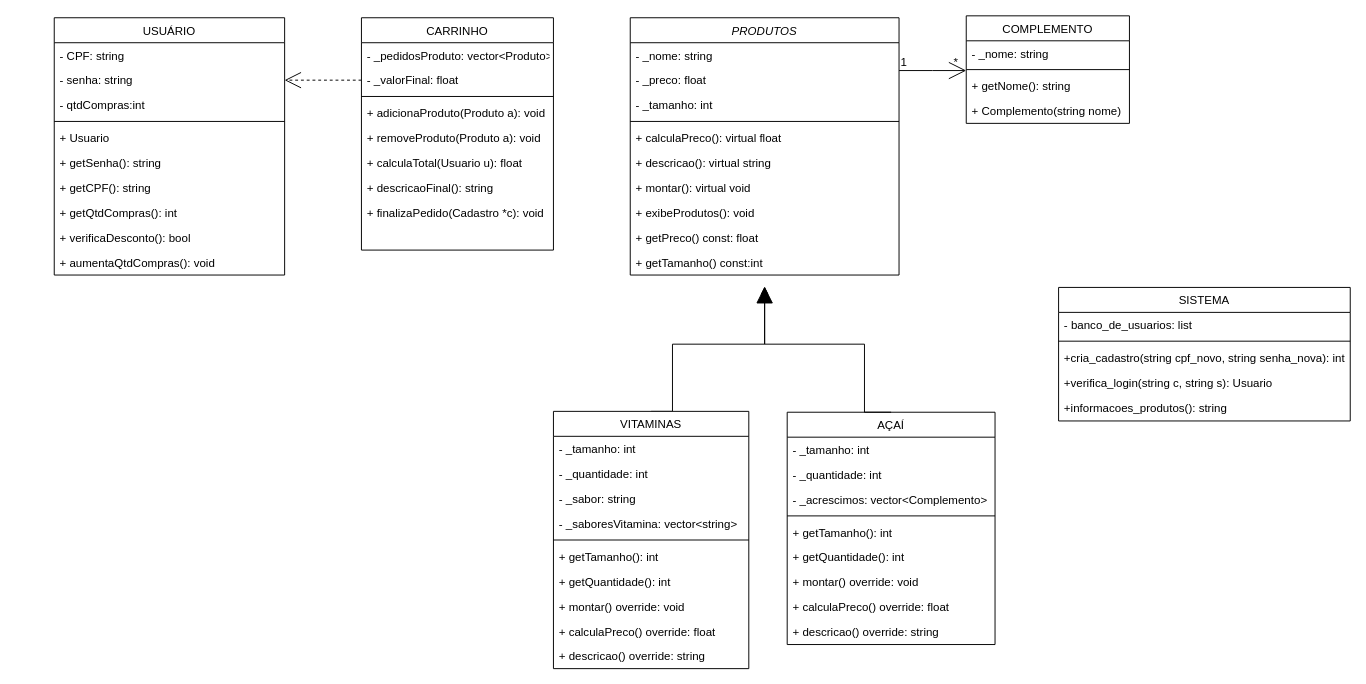
Earlier version of the draw.io diagram DiagramaDeClasses.drawio (leticiaacs/TPFinal). Source tidied: cells renumbered, new cells numbered last; positions are measured from the earlier drawing's top-left corner, leaving out a move shared by most shapes. Both pictures are drawn from the tidied source at 96%, with x=0, y=0 at pixel (54, 15).
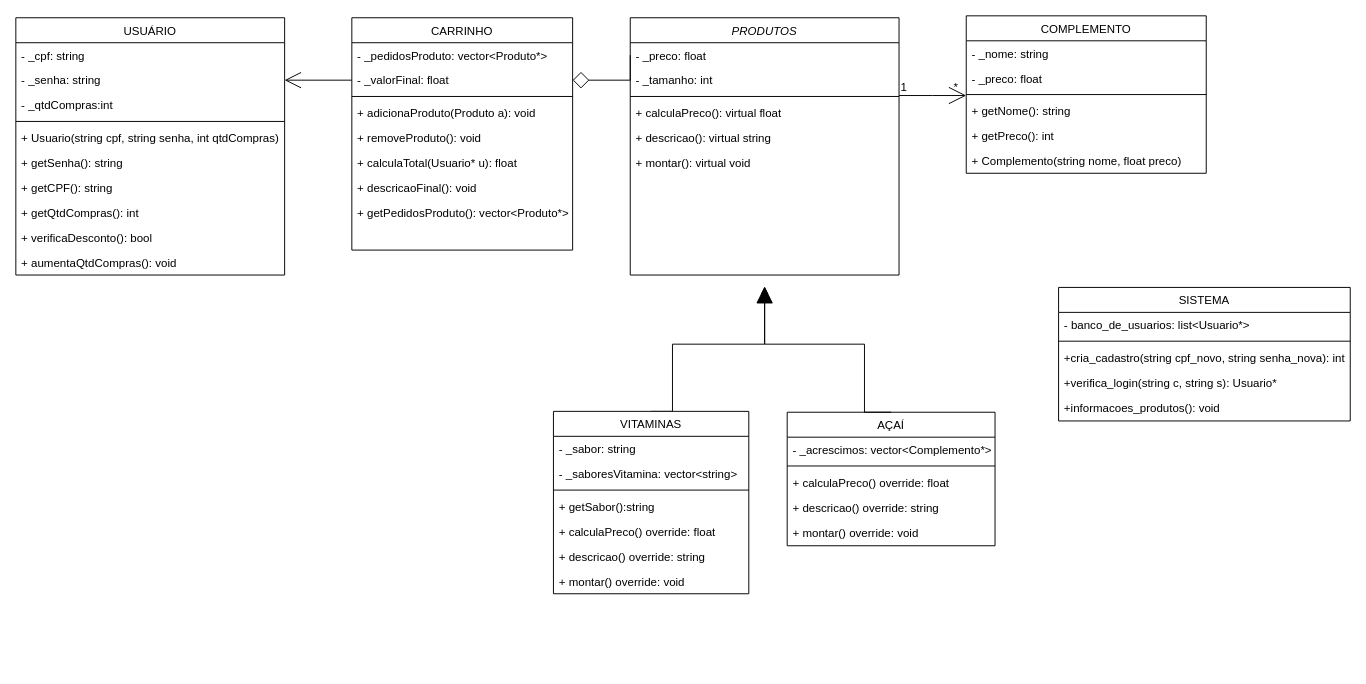
Above is the later version.

Unchanged cells that the change refers to:
```xml
<mxCell id="2" value="PRODUTOS" style="swimlane;fontStyle=2;align=center;verticalAlign=top;horizontal=1;startSize=26;rounded=0;shadow=0;strokeWidth=1;" parent="1" vertex="1">
  <mxGeometry x="600" y="2" width="280" height="268" as="geometry" />
</mxCell>
<mxCell id="64" value="SISTEMA" style="swimlane;fontStyle=0;align=center;verticalAlign=top;horizontal=1;startSize=26;rounded=0;shadow=0;strokeWidth=1;" parent="1" vertex="1">
  <mxGeometry x="1046.2" y="282.9" width="303.8" height="139.1" as="geometry" />
</mxCell>
```

The edit, as a diff of the source:
```diff
@@
-    <mxCell id="3" value="- _nome: string" style="text;align=left;verticalAlign=top;spacingLeft=4;spacingRight=4;overflow=hidden;rounded=0;shadow=0;html=0;" parent="2" vertex="1">
-      <mxGeometry y="26" width="280" height="26" as="geometry" />
-    </mxCell>
     <mxCell id="4" value="- _preco: float" style="text;align=left;verticalAlign=top;spacingLeft=4;spacingRight=4;overflow=hidden;points=[[0,0.5],[1,0.5]];portConstraint=eastwest;rounded=0;shadow=0;html=0;" parent="2" vertex="1">
-      <mxGeometry y="52" width="280" height="26" as="geometry" />
+      <mxGeometry y="26" width="280" height="26" as="geometry" />
     </mxCell>
     <mxCell id="5" value="- _tamanho: int" style="text;align=left;verticalAlign=top;spacingLeft=4;spacingRight=4;overflow=hidden;rounded=0;shadow=0;html=0;" parent="2" vertex="1">
-      <mxGeometry y="78" width="280" height="26" as="geometry" />
+      <mxGeometry y="52" width="280" height="26" as="geometry" />
     </mxCell>
     <mxCell id="6" style="line;html=1;strokeWidth=1;align=left;verticalAlign=middle;spacingTop=-1;spacingLeft=3;spacingRight=3;labelPosition=right;" parent="2" vertex="1">
-      <mxGeometry y="104" width="280" height="8" as="geometry" />
+      <mxGeometry y="78" width="280" height="8" as="geometry" />
     </mxCell>
     <mxCell id="7" value="+ calculaPreco(): virtual float" style="text;align=left;verticalAlign=top;spacingLeft=4;spacingRight=4;overflow=hidden;" parent="2" vertex="1">
-      <mxGeometry y="112" width="280" height="26" as="geometry" />
+      <mxGeometry y="86" width="280" height="26" as="geometry" />
     </mxCell>
     <mxCell id="8" value="+ descricao(): virtual string" style="text;align=left;verticalAlign=top;spacingLeft=4;spacingRight=4;overflow=hidden;" parent="2" vertex="1">
-      <mxGeometry y="138" width="280" height="26" as="geometry" />
+      <mxGeometry y="112" width="280" height="26" as="geometry" />
     </mxCell>
     <mxCell id="9" value="+ montar(): virtual void" style="text;align=left;verticalAlign=top;spacingLeft=4;spacingRight=4;overflow=hidden;" parent="2" vertex="1">
-      <mxGeometry y="164" width="280" height="26" as="geometry" />
+      <mxGeometry y="138" width="280" height="26" as="geometry" />
     </mxCell>
-    <mxCell id="10" value="+ exibeProdutos(): void" style="text;align=left;verticalAlign=top;spacingLeft=4;spacingRight=4;overflow=hidden;" parent="2" vertex="1">
-      <mxGeometry y="190" width="280" height="26" as="geometry" />
-    </mxCell>
-    <mxCell id="11" value="+ getPreco() const: float" style="text;align=left;verticalAlign=top;spacingLeft=4;spacingRight=4;overflow=hidden;" parent="2" vertex="1">
-      <mxGeometry y="216" width="280" height="26" as="geometry" />
-    </mxCell>
-    <mxCell id="12" value="+ getTamanho() const:int" style="text;align=left;verticalAlign=top;spacingLeft=4;spacingRight=4;overflow=hidden;" parent="2" vertex="1">
-      <mxGeometry y="242" width="280" height="26" as="geometry" />
-    </mxCell>
     <mxCell id="13" value="COMPLEMENTO" style="swimlane;fontStyle=0;align=center;verticalAlign=top;horizontal=1;startSize=26;rounded=0;shadow=0;strokeWidth=1;" parent="1" vertex="1">
-      <mxGeometry x="950" width="170" height="112" as="geometry" />
+      <mxGeometry x="950" width="250" height="164" as="geometry" />
     </mxCell>
     <mxCell id="14" value="- _nome: string" style="text;align=left;verticalAlign=top;spacingLeft=4;spacingRight=4;overflow=hidden;" parent="13" vertex="1">
-      <mxGeometry y="26" width="170" height="26" as="geometry" />
+      <mxGeometry y="26" width="250" height="26" as="geometry" />
     </mxCell>
+    <mxCell id="71" value="- _preco: float" style="text;align=left;verticalAlign=top;spacingLeft=4;spacingRight=4;overflow=hidden;" parent="13" vertex="1">
+      <mxGeometry y="52" width="250" height="26" as="geometry" />
+    </mxCell>
     <mxCell id="15" style="line;html=1;strokeWidth=1;align=left;verticalAlign=middle;spacingTop=-1;spacingLeft=3;spacingRight=3;labelPosition=right;" parent="13" vertex="1">
-      <mxGeometry y="52" width="170" height="8" as="geometry" />
+      <mxGeometry y="78" width="250" height="8" as="geometry" />
     </mxCell>
     <mxCell id="16" value="+ getNome(): string" style="text;align=left;verticalAlign=top;spacingLeft=4;spacingRight=4;overflow=hidden;" parent="13" vertex="1">
-      <mxGeometry y="60" width="170" height="26" as="geometry" />
+      <mxGeometry y="86" width="250" height="26" as="geometry" />
     </mxCell>
+    <mxCell id="72" value="+ getPreco(): int" style="text;align=left;verticalAlign=top;spacingLeft=4;spacingRight=4;overflow=hidden;" parent="13" vertex="1">
+      <mxGeometry y="112" width="250" height="26" as="geometry" />
+    </mxCell>
-    <mxCell id="17" value="+ Complemento(string nome)" style="text;align=left;verticalAlign=top;spacingLeft=4;spacingRight=4;overflow=hidden;" parent="13" vertex="1">
-      <mxGeometry y="86" width="170" height="26" as="geometry" />
+    <mxCell id="17" value="+ Complemento(string nome, float preco)" style="text;align=left;verticalAlign=top;spacingLeft=4;spacingRight=4;overflow=hidden;" parent="13" vertex="1">
+      <mxGeometry y="138" width="250" height="26" as="geometry" />
     </mxCell>
@@
     <mxCell id="21" value="USUÁRIO" style="swimlane;fontStyle=0;align=center;verticalAlign=top;horizontal=1;startSize=26;rounded=0;shadow=0;strokeWidth=1;" parent="1" vertex="1">
-      <mxGeometry y="2" width="240" height="268" as="geometry" />
+      <mxGeometry x="-40" y="2" width="280" height="268" as="geometry" />
     </mxCell>
-    <mxCell id="22" value="- CPF: string" style="text;align=left;verticalAlign=top;spacingLeft=4;spacingRight=4;overflow=hidden;" parent="21" vertex="1">
-      <mxGeometry y="26" width="240" height="26" as="geometry" />
+    <mxCell id="22" value="- _cpf: string" style="text;align=left;verticalAlign=top;spacingLeft=4;spacingRight=4;overflow=hidden;" parent="21" vertex="1">
+      <mxGeometry y="26" width="280" height="26" as="geometry" />
     </mxCell>
-    <mxCell id="23" value="- senha: string" style="text;align=left;verticalAlign=top;spacingLeft=4;spacingRight=4;overflow=hidden;points=[[0,0.5],[1,0.5]];portConstraint=eastwest;rounded=0;shadow=0;html=0;" parent="21" vertex="1">
-      <mxGeometry y="52" width="240" height="26" as="geometry" />
+    <mxCell id="23" value="- _senha: string" style="text;align=left;verticalAlign=top;spacingLeft=4;spacingRight=4;overflow=hidden;points=[[0,0.5],[1,0.5]];portConstraint=eastwest;rounded=0;shadow=0;html=0;" parent="21" vertex="1">
+      <mxGeometry y="52" width="280" height="26" as="geometry" />
     </mxCell>
-    <mxCell id="24" value="- qtdCompras:int" style="text;align=left;verticalAlign=top;spacingLeft=4;spacingRight=4;overflow=hidden;rounded=0;shadow=0;html=0;" parent="21" vertex="1">
-      <mxGeometry y="78" width="240" height="26" as="geometry" />
+    <mxCell id="24" value="- _qtdCompras:int" style="text;align=left;verticalAlign=top;spacingLeft=4;spacingRight=4;overflow=hidden;rounded=0;shadow=0;html=0;" parent="21" vertex="1">
+      <mxGeometry y="78" width="280" height="26" as="geometry" />
     </mxCell>
     <mxCell id="25" style="line;html=1;strokeWidth=1;align=left;verticalAlign=middle;spacingTop=-1;spacingLeft=3;spacingRight=3;labelPosition=right;" parent="21" vertex="1">
-      <mxGeometry y="104" width="240" height="8" as="geometry" />
+      <mxGeometry y="104" width="280" height="8" as="geometry" />
     </mxCell>
-    <mxCell id="26" value="+ Usuario" style="text;align=left;verticalAlign=top;spacingLeft=4;spacingRight=4;overflow=hidden;" parent="21" vertex="1">
-      <mxGeometry y="112" width="240" height="26" as="geometry" />
+    <mxCell id="26" value="+ Usuario(string cpf, string senha, int qtdCompras)" style="text;align=left;verticalAlign=top;spacingLeft=4;spacingRight=4;overflow=hidden;" parent="21" vertex="1">
+      <mxGeometry y="112" width="280" height="26" as="geometry" />
     </mxCell>
     <mxCell id="27" value="+ getSenha(): string" style="text;align=left;verticalAlign=top;spacingLeft=4;spacingRight=4;overflow=hidden;rounded=0;shadow=0;html=0;" parent="21" vertex="1">
-      <mxGeometry y="138" width="240" height="26" as="geometry" />
+      <mxGeometry y="138" width="280" height="26" as="geometry" />
     </mxCell>
     <mxCell id="28" value="+ getCPF(): string" style="text;align=left;verticalAlign=top;spacingLeft=4;spacingRight=4;overflow=hidden;rounded=0;shadow=0;html=0;" parent="21" vertex="1">
-      <mxGeometry y="164" width="240" height="26" as="geometry" />
+      <mxGeometry y="164" width="280" height="26" as="geometry" />
     </mxCell>
     <mxCell id="29" value="+ getQtdCompras(): int" style="text;align=left;verticalAlign=top;spacingLeft=4;spacingRight=4;overflow=hidden;rounded=0;shadow=0;html=0;" parent="21" vertex="1">
-      <mxGeometry y="190" width="240" height="26" as="geometry" />
+      <mxGeometry y="190" width="280" height="26" as="geometry" />
     </mxCell>
     <mxCell id="30" value="+ verificaDesconto(): bool&#10;" style="text;align=left;verticalAlign=top;spacingLeft=4;spacingRight=4;overflow=hidden;rounded=0;shadow=0;html=0;" parent="21" vertex="1">
-      <mxGeometry y="216" width="240" height="26" as="geometry" />
+      <mxGeometry y="216" width="280" height="26" as="geometry" />
     </mxCell>
     <mxCell id="31" value="+ aumentaQtdCompras(): void&#10;" style="text;align=left;verticalAlign=top;spacingLeft=4;spacingRight=4;overflow=hidden;rounded=0;shadow=0;html=0;" parent="21" vertex="1">
-      <mxGeometry y="242" width="240" height="26" as="geometry" />
+      <mxGeometry y="242" width="280" height="26" as="geometry" />
     </mxCell>
     <mxCell id="32" value="CARRINHO" style="swimlane;fontStyle=0;align=center;verticalAlign=top;horizontal=1;startSize=26;rounded=0;shadow=0;strokeWidth=1;" parent="1" vertex="1">
-      <mxGeometry x="320" y="2" width="200" height="242" as="geometry" />
+      <mxGeometry x="310" y="2" width="230" height="242" as="geometry" />
     </mxCell>
-    <mxCell id="33" value="- _pedidosProduto: vector&lt;Produto&gt;" style="text;align=left;verticalAlign=top;spacingLeft=4;spacingRight=4;overflow=hidden;" parent="32" vertex="1">
-      <mxGeometry y="26" width="200" height="26" as="geometry" />
+    <mxCell id="33" value="- _pedidosProduto: vector&lt;Produto*&gt;" style="text;align=left;verticalAlign=top;spacingLeft=4;spacingRight=4;overflow=hidden;" parent="32" vertex="1">
+      <mxGeometry y="26" width="230" height="26" as="geometry" />
     </mxCell>
     <mxCell id="34" value="- _valorFinal: float" style="text;align=left;verticalAlign=top;spacingLeft=4;spacingRight=4;overflow=hidden;points=[[0,0.5],[1,0.5]];portConstraint=eastwest;" parent="32" vertex="1">
-      <mxGeometry y="52" width="200" height="26" as="geometry" />
+      <mxGeometry y="52" width="230" height="26" as="geometry" />
     </mxCell>
     <mxCell id="35" style="line;html=1;strokeWidth=1;align=left;verticalAlign=middle;spacingTop=-1;spacingLeft=3;spacingRight=3;labelPosition=right;" parent="32" vertex="1">
-      <mxGeometry y="78" width="200" height="8" as="geometry" />
+      <mxGeometry y="78" width="230" height="8" as="geometry" />
     </mxCell>
     <mxCell id="36" value="+ adicionaProduto(Produto a): void" style="text;align=left;verticalAlign=top;spacingLeft=4;spacingRight=4;overflow=hidden;" parent="32" vertex="1">
-      <mxGeometry y="86" width="200" height="26" as="geometry" />
+      <mxGeometry y="86" width="230" height="26" as="geometry" />
     </mxCell>
-    <mxCell id="37" value="+ removeProduto(Produto a): void" style="text;align=left;verticalAlign=top;spacingLeft=4;spacingRight=4;overflow=hidden;" parent="32" vertex="1">
-      <mxGeometry y="112" width="200" height="26" as="geometry" />
+    <mxCell id="37" value="+ removeProduto(): void" style="text;align=left;verticalAlign=top;spacingLeft=4;spacingRight=4;overflow=hidden;" parent="32" vertex="1">
+      <mxGeometry y="112" width="230" height="26" as="geometry" />
     </mxCell>
-    <mxCell id="38" value="+ calculaTotal(Usuario u): float" style="text;align=left;verticalAlign=top;spacingLeft=4;spacingRight=4;overflow=hidden;" parent="32" vertex="1">
-      <mxGeometry y="138" width="200" height="26" as="geometry" />
+    <mxCell id="38" value="+ calculaTotal(Usuario* u): float" style="text;align=left;verticalAlign=top;spacingLeft=4;spacingRight=4;overflow=hidden;" parent="32" vertex="1">
+      <mxGeometry y="138" width="230" height="26" as="geometry" />
     </mxCell>
-    <mxCell id="39" value="+ descricaoFinal(): string" style="text;align=left;verticalAlign=top;spacingLeft=4;spacingRight=4;overflow=hidden;" parent="32" vertex="1">
-      <mxGeometry y="164" width="200" height="26" as="geometry" />
+    <mxCell id="39" value="+ descricaoFinal(): void&#10;" style="text;align=left;verticalAlign=top;spacingLeft=4;spacingRight=4;overflow=hidden;" parent="32" vertex="1">
+      <mxGeometry y="164" width="230" height="26" as="geometry" />
     </mxCell>
-    <mxCell id="40" value="+ finalizaPedido(Cadastro *c): void" style="text;align=left;verticalAlign=top;spacingLeft=4;spacingRight=4;overflow=hidden;" parent="32" vertex="1">
-      <mxGeometry y="190" width="200" height="26" as="geometry" />
+    <mxCell id="40" value="+ getPedidosProduto(): vector&lt;Produto*&gt;" style="text;align=left;verticalAlign=top;spacingLeft=4;spacingRight=4;overflow=hidden;" parent="32" vertex="1">
+      <mxGeometry y="190" width="230" height="26" as="geometry" />
     </mxCell>
-    <mxCell id="41" style="edgeStyle=orthogonalEdgeStyle;rounded=0;jettySize=auto;html=1;exitX=0;exitY=0.5;exitDx=0;exitDy=0;entryX=1;entryY=0.5;entryDx=0;entryDy=0;endArrow=open;endFill=0;dashed=1;endSize=15;" parent="1" edge="1" source="34" target="23">
+    <mxCell id="41" style="edgeStyle=orthogonalEdgeStyle;rounded=0;jettySize=auto;html=1;exitX=0;exitY=0.5;exitDx=0;exitDy=0;entryX=1;entryY=0.5;entryDx=0;entryDy=0;endArrow=open;endFill=0;endSize=15;" parent="1" edge="1" source="34" target="23">
       <mxGeometry relative="1" as="geometry" />
     </mxCell>
@@
     <mxCell id="43" value="VITAMINAS" style="swimlane;fontStyle=0;align=center;verticalAlign=top;horizontal=1;startSize=26;rounded=0;shadow=0;strokeWidth=1;" parent="1" vertex="1">
-      <mxGeometry x="520" y="412" width="203.5" height="268" as="geometry" />
+      <mxGeometry x="520" y="412" width="203.5" height="190" as="geometry" />
     </mxCell>
-    <mxCell id="44" value="- _tamanho: int" style="text;align=left;verticalAlign=top;spacingLeft=4;spacingRight=4;overflow=hidden;" parent="43" vertex="1">
-      <mxGeometry y="26" width="203.5" height="26" as="geometry" />
-    </mxCell>
-    <mxCell id="45" value="- _quantidade: int" style="text;align=left;verticalAlign=top;spacingLeft=4;spacingRight=4;overflow=hidden;" parent="43" vertex="1">
-      <mxGeometry y="52" width="203.5" height="26" as="geometry" />
-    </mxCell>
     <mxCell id="46" value="- _sabor: string" style="text;align=left;verticalAlign=top;spacingLeft=4;spacingRight=4;overflow=hidden;" parent="43" vertex="1">
-      <mxGeometry y="78" width="203.5" height="26" as="geometry" />
+      <mxGeometry y="26" width="203.5" height="26" as="geometry" />
     </mxCell>
     <mxCell id="47" value="- _saboresVitamina: vector&lt;string&gt;" style="text;align=left;verticalAlign=top;spacingLeft=4;spacingRight=4;overflow=hidden;" parent="43" vertex="1">
-      <mxGeometry y="104" width="203.5" height="26" as="geometry" />
+      <mxGeometry y="52" width="203.5" height="26" as="geometry" />
     </mxCell>
     <mxCell id="48" style="line;html=1;strokeWidth=1;align=left;verticalAlign=middle;spacingTop=-1;spacingLeft=3;spacingRight=3;labelPosition=right;" parent="43" vertex="1">
-      <mxGeometry y="130" width="203.5" height="8" as="geometry" />
+      <mxGeometry y="78" width="203.5" height="8" as="geometry" />
     </mxCell>
-    <mxCell id="49" value="+ getTamanho(): int" style="text;align=left;verticalAlign=top;spacingLeft=4;spacingRight=4;overflow=hidden;" parent="43" vertex="1">
-      <mxGeometry y="138" width="203.5" height="26" as="geometry" />
-    </mxCell>
-    <mxCell id="50" value="+ getQuantidade(): int" style="text;align=left;verticalAlign=top;spacingLeft=4;spacingRight=4;overflow=hidden;" parent="43" vertex="1">
-      <mxGeometry y="164" width="203.5" height="26" as="geometry" />
-    </mxCell>
-    <mxCell id="51" value="+ montar() override: void" style="text;align=left;verticalAlign=top;spacingLeft=4;spacingRight=4;overflow=hidden;" parent="43" vertex="1">
-      <mxGeometry y="190" width="203.5" height="26" as="geometry" />
-    </mxCell>
+    <mxCell id="73" value="+ getSabor():string" style="text;align=left;verticalAlign=top;spacingLeft=4;spacingRight=4;overflow=hidden;" parent="43" vertex="1">
+      <mxGeometry y="86" width="203.5" height="26" as="geometry" />
+    </mxCell>
     <mxCell id="52" value="+ calculaPreco() override: float" style="text;align=left;verticalAlign=top;spacingLeft=4;spacingRight=4;overflow=hidden;" parent="43" vertex="1">
-      <mxGeometry y="216" width="203.5" height="26" as="geometry" />
+      <mxGeometry y="112" width="203.5" height="26" as="geometry" />
     </mxCell>
     <mxCell id="53" value="+ descricao() override: string" style="text;align=left;verticalAlign=top;spacingLeft=4;spacingRight=4;overflow=hidden;" parent="43" vertex="1">
-      <mxGeometry y="242" width="203.5" height="26" as="geometry" />
+      <mxGeometry y="138" width="203.5" height="26" as="geometry" />
     </mxCell>
+    <mxCell id="51" value="+ montar() override: void" style="text;align=left;verticalAlign=top;spacingLeft=4;spacingRight=4;overflow=hidden;" parent="43" vertex="1">
+      <mxGeometry y="164" width="203.5" height="26" as="geometry" />
+    </mxCell>
     <mxCell id="54" value="AÇAÍ" style="swimlane;fontStyle=0;align=center;verticalAlign=top;horizontal=1;startSize=26;rounded=0;shadow=0;strokeWidth=1;" parent="1" vertex="1">
-      <mxGeometry x="763.5" y="412.9" width="216.5" height="242" as="geometry" />
+      <mxGeometry x="763.5" y="412.9" width="216.5" height="139.1" as="geometry" />
     </mxCell>
-    <mxCell id="55" value="- _tamanho: int" style="text;align=left;verticalAlign=top;spacingLeft=4;spacingRight=4;overflow=hidden;" parent="54" vertex="1">
-      <mxGeometry y="26" width="216.5" height="26" as="geometry" />
-    </mxCell>
-    <mxCell id="56" value="- _quantidade: int" style="text;align=left;verticalAlign=top;spacingLeft=4;spacingRight=4;overflow=hidden;rounded=0;shadow=0;html=0;" parent="54" vertex="1">
-      <mxGeometry y="52" width="216.5" height="26" as="geometry" />
-    </mxCell>
-    <mxCell id="57" value="- _acrescimos: vector&lt;Complemento&gt;" style="text;align=left;verticalAlign=top;spacingLeft=4;spacingRight=4;overflow=hidden;rounded=0;shadow=0;html=0;" parent="54" vertex="1">
-      <mxGeometry y="78" width="216.5" height="26" as="geometry" />
+    <mxCell id="57" value="- _acrescimos: vector&lt;Complemento*&gt;" style="text;align=left;verticalAlign=top;spacingLeft=4;spacingRight=4;overflow=hidden;rounded=0;shadow=0;html=0;" parent="54" vertex="1">
+      <mxGeometry y="26" width="216.5" height="26" as="geometry" />
     </mxCell>
     <mxCell id="58" style="line;html=1;strokeWidth=1;align=left;verticalAlign=middle;spacingTop=-1;spacingLeft=3;spacingRight=3;labelPosition=right;" parent="54" vertex="1">
-      <mxGeometry y="104" width="216.5" height="8" as="geometry" />
+      <mxGeometry y="52" width="216.5" height="8" as="geometry" />
     </mxCell>
-    <mxCell id="59" value="+ getTamanho(): int" style="text;align=left;verticalAlign=top;spacingLeft=4;spacingRight=4;overflow=hidden;" parent="54" vertex="1">
-      <mxGeometry y="112" width="216.5" height="26" as="geometry" />
-    </mxCell>
-    <mxCell id="60" value="+ getQuantidade(): int" style="text;align=left;verticalAlign=top;spacingLeft=4;spacingRight=4;overflow=hidden;" parent="54" vertex="1">
-      <mxGeometry y="138" width="216.5" height="26" as="geometry" />
-    </mxCell>
-    <mxCell id="61" value="+ montar() override: void" style="text;align=left;verticalAlign=top;spacingLeft=4;spacingRight=4;overflow=hidden;" parent="54" vertex="1">
-      <mxGeometry y="164" width="216.5" height="26" as="geometry" />
-    </mxCell>
     <mxCell id="62" value="+ calculaPreco() override: float" style="text;align=left;verticalAlign=top;spacingLeft=4;spacingRight=4;overflow=hidden;" parent="54" vertex="1">
-      <mxGeometry y="190" width="216.5" height="26" as="geometry" />
+      <mxGeometry y="60" width="216.5" height="26" as="geometry" />
     </mxCell>
     <mxCell id="63" value="+ descricao() override: string" style="text;align=left;verticalAlign=top;spacingLeft=4;spacingRight=4;overflow=hidden;" parent="54" vertex="1">
-      <mxGeometry y="216" width="216.5" height="26" as="geometry" />
+      <mxGeometry y="86" width="216.5" height="26" as="geometry" />
     </mxCell>
+    <mxCell id="61" value="+ montar() override: void" style="text;align=left;verticalAlign=top;spacingLeft=4;spacingRight=4;overflow=hidden;" parent="54" vertex="1">
+      <mxGeometry y="112" width="216.5" height="26" as="geometry" />
+    </mxCell>
@@
-    <mxCell id="65" value="- banco_de_usuarios: list" style="text;align=left;verticalAlign=top;spacingLeft=4;spacingRight=4;overflow=hidden;" parent="64" vertex="1">
+    <mxCell id="65" value="- banco_de_usuarios: list&lt;Usuario*&gt;" style="text;align=left;verticalAlign=top;spacingLeft=4;spacingRight=4;overflow=hidden;" parent="64" vertex="1">
       <mxGeometry y="26" width="303.8" height="26" as="geometry" />
     </mxCell>
@@
-    <mxCell id="68" value="+verifica_login(string c, string s): Usuario" style="text;align=left;verticalAlign=top;spacingLeft=4;spacingRight=4;overflow=hidden;" parent="64" vertex="1">
+    <mxCell id="68" value="+verifica_login(string c, string s): Usuario*" style="text;align=left;verticalAlign=top;spacingLeft=4;spacingRight=4;overflow=hidden;" parent="64" vertex="1">
       <mxGeometry y="86" width="303.8" height="26" as="geometry" />
     </mxCell>
-    <mxCell id="69" value="+informacoes_produtos(): string" style="text;align=left;verticalAlign=top;spacingLeft=4;spacingRight=4;overflow=hidden;" parent="64" vertex="1">
+    <mxCell id="69" value="+informacoes_produtos(): void" style="text;align=left;verticalAlign=top;spacingLeft=4;spacingRight=4;overflow=hidden;" parent="64" vertex="1">
       <mxGeometry y="112" width="303.8" height="26" as="geometry" />
     </mxCell>
@@
+    <mxCell id="74" style="edgeStyle=orthogonalEdgeStyle;rounded=0;jettySize=auto;html=1;exitX=0;exitY=0.5;exitDx=0;exitDy=0;entryX=1;entryY=0.5;entryDx=0;entryDy=0;endArrow=diamond;endFill=0;endSize=15;" parent="1" edge="1" source="4" target="34">
+      <mxGeometry relative="1" as="geometry">
+        <Array as="points">
+          <mxPoint x="600" y="67" />
+        </Array>
+      </mxGeometry>
+    </mxCell>
```
